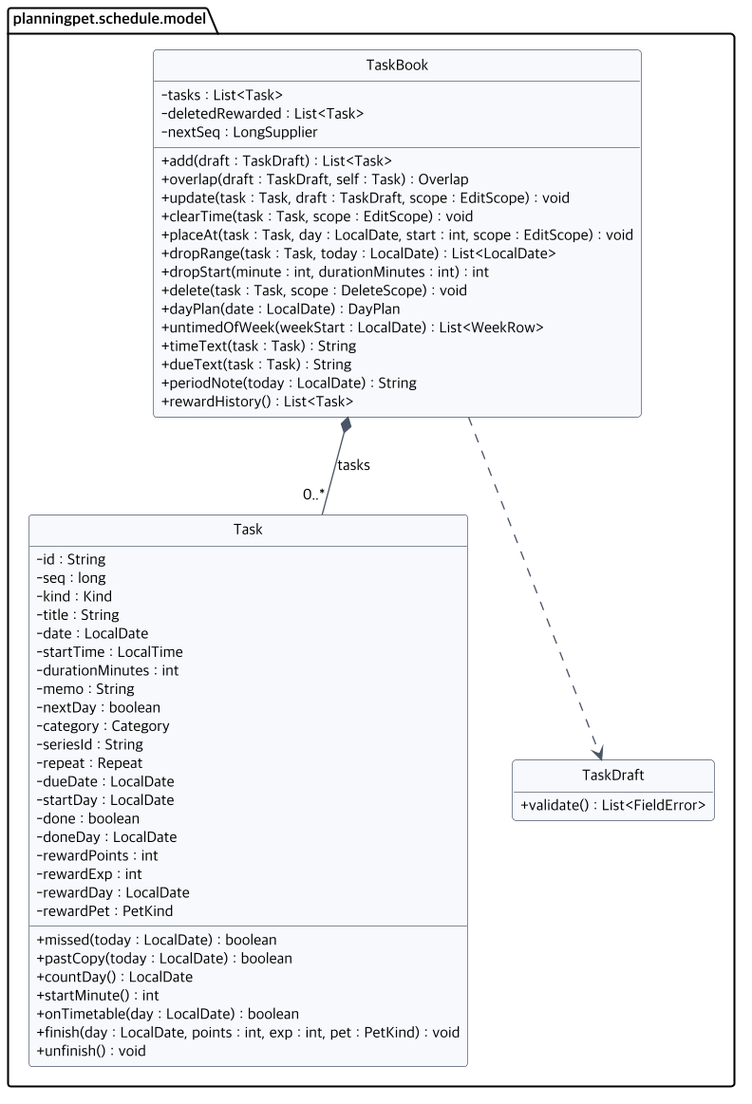
The PlantUML diagram docs/diagrams/class-schedule.png in 2026-2-software-system-design-11/planning-pet-app, before a commit. Its diagram source:
```plantuml
@startuml class-schedule
!include class-common.iuml
package planningpet.schedule.model {
  class Task {
    - id : String
    - seq : long
    - kind : Kind
    - title : String
    - date : LocalDate
    - startTime : LocalTime
    - durationMinutes : int
    - memo : String
    - nextDay : boolean
    - category : Category
    - seriesId : String
    - repeat : Repeat
    - dueDate : LocalDate
    - startDay : LocalDate
    - done : boolean
    - doneDay : LocalDate
    - rewardPoints : int
    - rewardExp : int
    - rewardDay : LocalDate
    - rewardPet : PetKind
    + missed(today : LocalDate) : boolean
    + pastCopy(today : LocalDate) : boolean
    + countDay() : LocalDate
    + startMinute() : int
    + onTimetable(day : LocalDate) : boolean
    + finish(day : LocalDate, points : int, exp : int, pet : PetKind) : void
    + unfinish() : void
  }
  class TaskDraft {
    + validate() : List<FieldError>
  }
  class TaskBook {
    - tasks : List<Task>
    - deletedRewarded : List<Task>
    - nextSeq : LongSupplier
    + add(draft : TaskDraft) : List<Task>
    + overlap(draft : TaskDraft, self : Task) : Overlap
    + update(task : Task, draft : TaskDraft, scope : EditScope) : void
    + clearTime(task : Task, scope : EditScope) : void
    + placeAt(task : Task, day : LocalDate, start : int, scope : EditScope) : void
    + dropRange(task : Task, today : LocalDate) : List<LocalDate>
    + dropStart(minute : int, durationMinutes : int) : int
    + delete(task : Task, scope : DeleteScope) : void
    + dayPlan(date : LocalDate) : DayPlan
    + untimedOfWeek(weekStart : LocalDate) : List<WeekRow>
    + timeText(task : Task) : String
    + dueText(task : Task) : String
    + periodNote(today : LocalDate) : String
    + rewardHistory() : List<Task>
  }
}
TaskBook *-- "0..*" Task : tasks
TaskBook ..> TaskDraft
@enduml
```
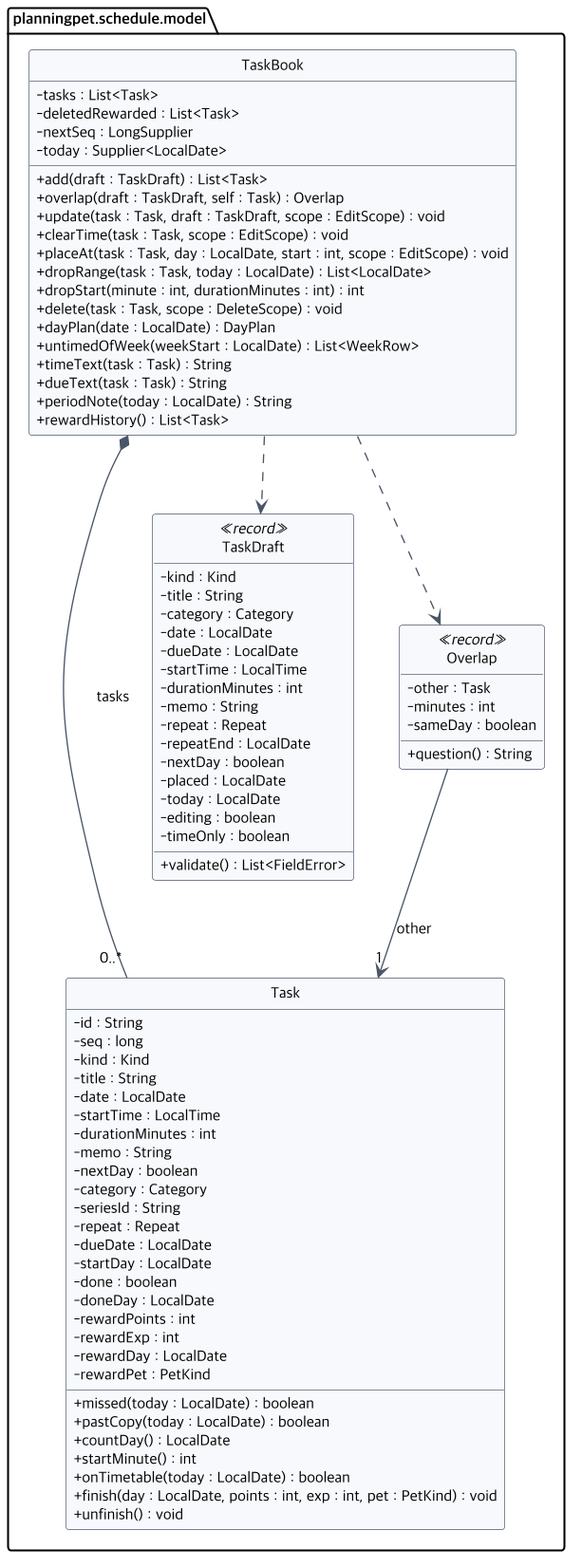
After the commit.

Commit message:
docs(schedule): 07 일정 model을 본 구현 값과 겹침 결과에 맞추기 (#345)

Change to the diagram source:
```diff
@@ -26,17 +26,39 @@
     + pastCopy(today : LocalDate) : boolean
     + countDay() : LocalDate
     + startMinute() : int
-    + onTimetable(day : LocalDate) : boolean
+    + onTimetable(today : LocalDate) : boolean
     + finish(day : LocalDate, points : int, exp : int, pet : PetKind) : void
     + unfinish() : void
   }
-  class TaskDraft {
+  class TaskDraft <<record>> {
+    - kind : Kind
+    - title : String
+    - category : Category
+    - date : LocalDate
+    - dueDate : LocalDate
+    - startTime : LocalTime
+    - durationMinutes : int
+    - memo : String
+    - repeat : Repeat
+    - repeatEnd : LocalDate
+    - nextDay : boolean
+    - placed : LocalDate
+    - today : LocalDate
+    - editing : boolean
+    - timeOnly : boolean
     + validate() : List<FieldError>
+  }
+  class Overlap <<record>> {
+    - other : Task
+    - minutes : int
+    - sameDay : boolean
+    + question() : String
   }
   class TaskBook {
     - tasks : List<Task>
     - deletedRewarded : List<Task>
     - nextSeq : LongSupplier
+    - today : Supplier<LocalDate>
     + add(draft : TaskDraft) : List<Task>
     + overlap(draft : TaskDraft, self : Task) : Overlap
     + update(task : Task, draft : TaskDraft, scope : EditScope) : void
@@ -55,4 +77,6 @@
 }
 TaskBook *-- "0..*" Task : tasks
 TaskBook ..> TaskDraft
+TaskBook ..> Overlap
+Overlap --> "1" Task : other
 @enduml
```
